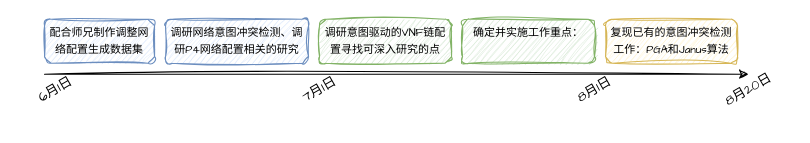
This is 学术/暑期总结.drawio from xiaolongtuan-yuan/drawio, a draw.io file, before an edit. Source tidied: cells renumbered, new cells numbered last; positions are measured from the earlier drawing's top-left corner, leaving out a move shared by most shapes. Both pictures are drawn from the tidied source at 110%, with x=0, y=0 at pixel (22, 19).
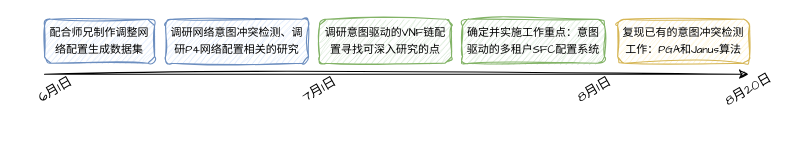
Above is the later version.

Commit message:
更新暑期总结.drawio

The edit, as a diff of the source:
```diff
@@
 <mxGraphModel>
   <root>
     <mxCell id="0" />
     <mxCell id="1" parent="0" />
     <mxCell id="2" style="endArrow=classic;html=1;rounded=1;sketch=1;curveFitting=1;jiggle=2;labelBackgroundColor=none;fontColor=default;" parent="1" edge="1">
       <mxGeometry relative="1" as="geometry">
         <mxPoint x="20" y="50" as="sourcePoint" />
         <mxPoint x="660" y="50" as="targetPoint" />
       </mxGeometry>
     </mxCell>
     <mxCell id="3" value="6月1日" style="text;html=1;align=center;verticalAlign=middle;strokeColor=none;fillColor=none;fontFamily=Architects Daughter;rotation=-30;" parent="1" vertex="1">
       <mxGeometry y="50" width="60" height="30" as="geometry" />
     </mxCell>
     <mxCell id="4" value="&lt;font style=&quot;font-size: 10px;&quot;&gt;配合师兄制作调整网络配置生成数据集&lt;/font&gt;" style="whiteSpace=wrap;html=1;rounded=1;sketch=1;hachureGap=4;jiggle=2;curveFitting=1;fontFamily=Architects Daughter;fillColor=#dae8fc;strokeColor=#6c8ebf;" parent="1" vertex="1">
       <mxGeometry x="20" width="100" height="40" as="geometry" />
     </mxCell>
     <mxCell id="5" value="&lt;span style=&quot;font-size: 10px;&quot;&gt;调研网络意图冲突检测、&lt;/span&gt;&lt;span style=&quot;font-size: 10px;&quot;&gt;调研P4网络配置&lt;/span&gt;&lt;span style=&quot;font-size: 10px;&quot;&gt;相关的研究&lt;/span&gt;" style="whiteSpace=wrap;html=1;rounded=1;sketch=1;hachureGap=4;jiggle=2;curveFitting=1;fontFamily=Architects Daughter;fillColor=#dae8fc;strokeColor=#6c8ebf;" parent="1" vertex="1">
       <mxGeometry x="130" width="130" height="40" as="geometry" />
     </mxCell>
     <mxCell id="6" value="7月1日" style="text;html=1;align=center;verticalAlign=middle;strokeColor=none;fillColor=none;fontFamily=Architects Daughter;rotation=-30;" parent="1" vertex="1">
       <mxGeometry x="240" y="50" width="60" height="30" as="geometry" />
     </mxCell>
     <mxCell id="7" value="&lt;span style=&quot;font-size: 10px;&quot;&gt;调研意图驱动的VNF链配置寻找可深入研究的点&lt;/span&gt;" style="whiteSpace=wrap;html=1;rounded=1;sketch=1;hachureGap=4;jiggle=2;curveFitting=1;fontFamily=Architects Daughter;fillColor=#d5e8d4;strokeColor=#82b366;" parent="1" vertex="1">
       <mxGeometry x="270" width="120" height="40" as="geometry" />
     </mxCell>
     <mxCell id="8" value="8月1日" style="text;html=1;align=center;verticalAlign=middle;strokeColor=none;fillColor=none;fontFamily=Architects Daughter;rotation=-30;" parent="1" vertex="1">
       <mxGeometry x="490" y="50" width="60" height="30" as="geometry" />
     </mxCell>
-    <mxCell id="9" value="&lt;span style=&quot;font-size: 10px;&quot;&gt;确定并实施工作重点：&lt;/span&gt;&lt;div&gt;&lt;span style=&quot;font-size: 10px;&quot;&gt;&lt;br&gt;&lt;/span&gt;&lt;/div&gt;" style="whiteSpace=wrap;html=1;rounded=1;sketch=1;hachureGap=4;jiggle=2;curveFitting=1;fontFamily=Architects Daughter;fillColor=#d5e8d4;strokeColor=#82b366;" parent="1" vertex="1">
-      <mxGeometry x="400" width="120" height="40" as="geometry" />
+    <mxCell id="9" value="&lt;span style=&quot;font-size: 10px;&quot;&gt;确定并实施工作重点：&lt;/span&gt;&lt;span style=&quot;font-size: 10px; background-color: initial;&quot;&gt;意图驱动的多租户SFC配置系统&lt;/span&gt;" style="whiteSpace=wrap;html=1;rounded=1;sketch=1;hachureGap=4;jiggle=2;curveFitting=1;fontFamily=Architects Daughter;fillColor=#d5e8d4;strokeColor=#82b366;" parent="1" vertex="1">
+      <mxGeometry x="400" width="129" height="40" as="geometry" />
     </mxCell>
     <mxCell id="10" value="&lt;div&gt;&lt;span style=&quot;font-size: 10px;&quot;&gt;复现已有的意图冲突检测工作：PGA和Janus算法&lt;/span&gt;&lt;/div&gt;" style="whiteSpace=wrap;html=1;rounded=1;sketch=1;hachureGap=4;jiggle=2;curveFitting=1;fontFamily=Architects Daughter;fillColor=#fff2cc;strokeColor=#d6b656;" parent="1" vertex="1">
-      <mxGeometry x="530" width="120" height="40" as="geometry" />
+      <mxGeometry x="541" width="120" height="40" as="geometry" />
     </mxCell>
     <mxCell id="11" value="8月20日" style="text;html=1;align=center;verticalAlign=middle;strokeColor=none;fillColor=none;fontFamily=Architects Daughter;rotation=-30;" parent="1" vertex="1">
       <mxGeometry x="625" y="50" width="70" height="30" as="geometry" />
     </mxCell>
   </root>
 </mxGraphModel>
```
